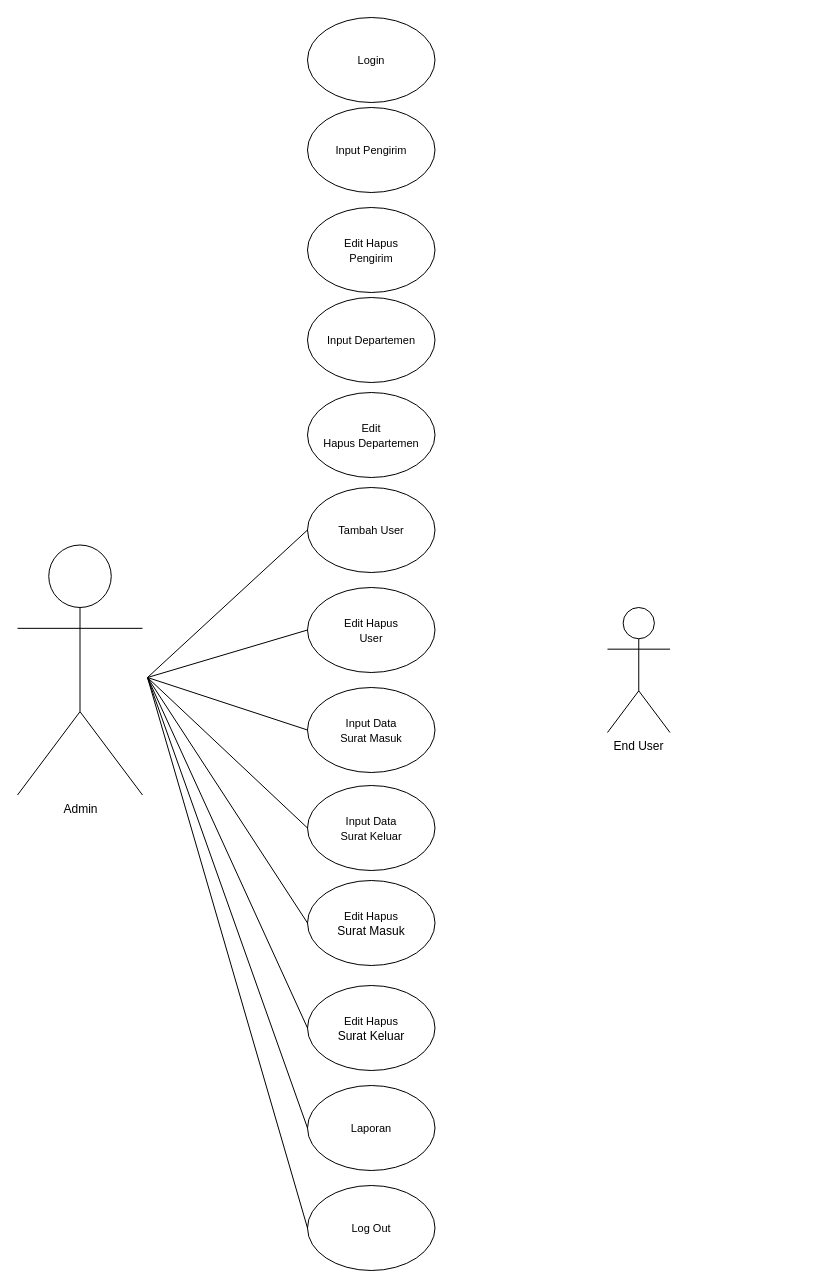
The draw.io diagram Untitled Diagram.drawio in Erickdae06/SKRIPSI, before the edit. Source tidied: cells renumbered, new cells numbered last; positions are measured from the earlier drawing's top-left corner, leaving out a move shared by most shapes. Both pictures are drawn from the tidied source at 100%, with x=0, y=0 at pixel (17, 17).
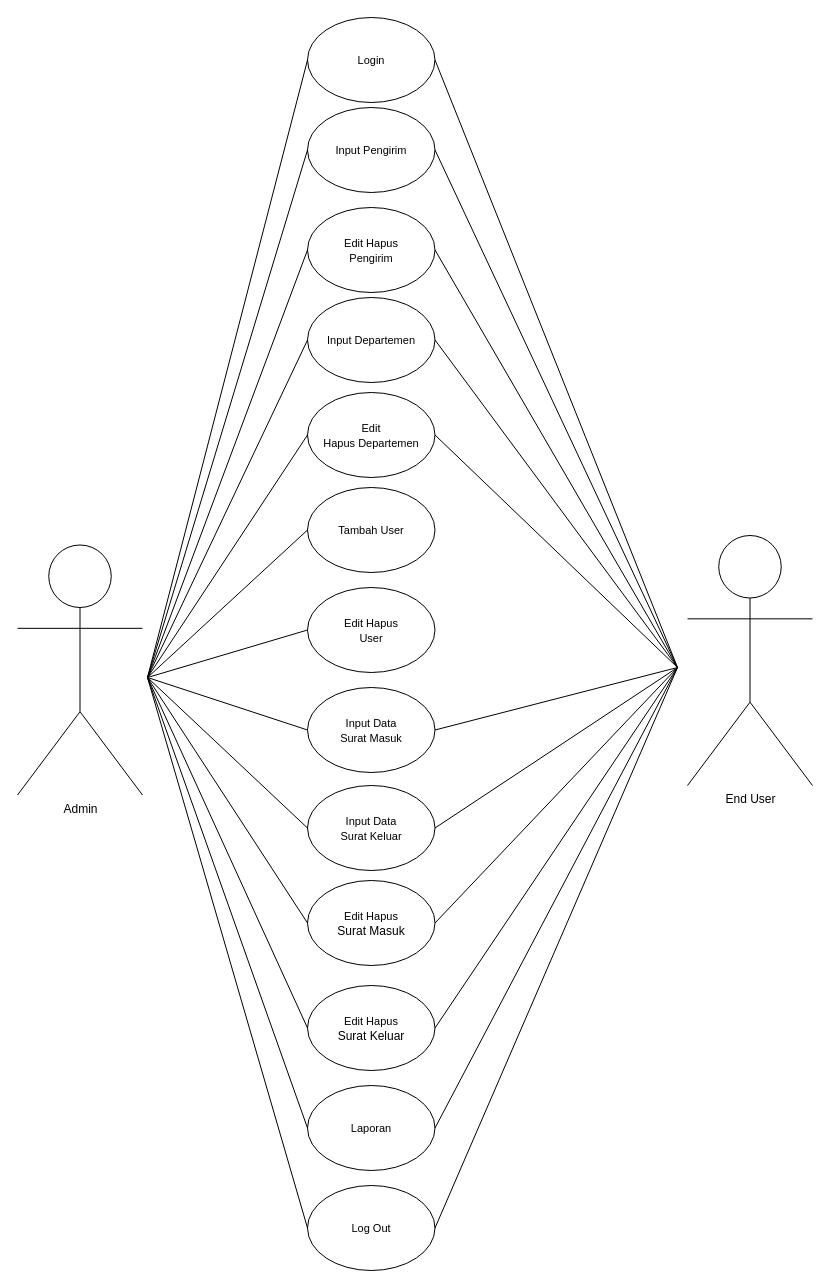
After the change.

The change refers to these unchanged cells:
```xml
<mxCell id="3" value="&lt;font style=&quot;font-size: 11px;&quot;&gt;Input Data &lt;br&gt;Surat Masuk&lt;/font&gt;" style="ellipse;whiteSpace=wrap;html=1;" parent="1" vertex="1">
  <mxGeometry x="290" y="670" width="127.5" height="85" as="geometry" />
</mxCell>
<mxCell id="4" value="&lt;font style=&quot;font-size: 11px;&quot;&gt;Input Data &lt;br&gt;Surat Keluar&lt;/font&gt;" style="ellipse;whiteSpace=wrap;html=1;" parent="1" vertex="1">
  <mxGeometry x="290" y="768" width="127.5" height="85" as="geometry" />
</mxCell>
<mxCell id="5" value="&lt;span style=&quot;font-size: 11px;&quot;&gt;Edit Hapus&lt;br&gt;&lt;/span&gt;Surat Masuk" style="ellipse;whiteSpace=wrap;html=1;" parent="1" vertex="1">
  <mxGeometry x="290" y="863" width="127.5" height="85" as="geometry" />
</mxCell>
<mxCell id="6" value="&lt;span style=&quot;font-size: 11px;&quot;&gt;Edit Hapus&lt;br&gt;&lt;/span&gt;Surat Keluar" style="ellipse;whiteSpace=wrap;html=1;" parent="1" vertex="1">
  <mxGeometry x="290" y="968" width="127.5" height="85" as="geometry" />
</mxCell>
<mxCell id="7" value="&lt;span style=&quot;font-size: 11px;&quot;&gt;Laporan&lt;/span&gt;" style="ellipse;whiteSpace=wrap;html=1;" parent="1" vertex="1">
  <mxGeometry x="290" y="1068" width="127.5" height="85" as="geometry" />
</mxCell>
<mxCell id="8" value="&lt;span style=&quot;font-size: 11px;&quot;&gt;Log Out&lt;/span&gt;" style="ellipse;whiteSpace=wrap;html=1;" parent="1" vertex="1">
  <mxGeometry x="290" y="1168" width="127.5" height="85" as="geometry" />
</mxCell>
<mxCell id="16" value="&lt;span style=&quot;font-size: 11px;&quot;&gt;Login&lt;/span&gt;" style="ellipse;whiteSpace=wrap;html=1;" parent="1" vertex="1">
  <mxGeometry x="290" width="127.5" height="85" as="geometry" />
</mxCell>
<mxCell id="17" value="&lt;span style=&quot;font-size: 11px;&quot;&gt;Input Pengirim&lt;/span&gt;" style="ellipse;whiteSpace=wrap;html=1;" parent="1" vertex="1">
  <mxGeometry x="290" y="90" width="127.5" height="85" as="geometry" />
</mxCell>
<mxCell id="18" value="&lt;span style=&quot;font-size: 11px;&quot;&gt;Edit Hapus &lt;br&gt;Pengirim&lt;/span&gt;" style="ellipse;whiteSpace=wrap;html=1;" parent="1" vertex="1">
  <mxGeometry x="290" y="190" width="127.5" height="85" as="geometry" />
</mxCell>
<mxCell id="19" value="&lt;span style=&quot;font-size: 11px;&quot;&gt;Input Departemen&lt;/span&gt;" style="ellipse;whiteSpace=wrap;html=1;" parent="1" vertex="1">
  <mxGeometry x="290" y="280" width="127.5" height="85" as="geometry" />
</mxCell>
<mxCell id="20" value="&lt;span style=&quot;font-size: 11px;&quot;&gt;Edit &lt;br&gt;Hapus Departemen&lt;/span&gt;" style="ellipse;whiteSpace=wrap;html=1;" parent="1" vertex="1">
  <mxGeometry x="290" y="375" width="127.5" height="85" as="geometry" />
</mxCell>
```

The edit, as a diff of the source:
```diff
@@
-    <mxCell id="15" value="End User" style="shape=umlActor;verticalLabelPosition=bottom;verticalAlign=top;html=1;" parent="1" vertex="1">
-      <mxGeometry x="590" y="590" width="62.5" height="125" as="geometry" />
-    </mxCell>
@@
+    <mxCell id="25" style="endArrow=none;html=1;rounded=0;entryX=0;entryY=0.5;entryDx=0;entryDy=0;" parent="1" edge="1" target="20">
+      <mxGeometry relative="1" as="geometry">
+        <mxPoint x="130" y="660" as="sourcePoint" />
+      </mxGeometry>
+    </mxCell>
+    <mxCell id="26" style="endArrow=none;html=1;rounded=0;entryX=0;entryY=0.5;entryDx=0;entryDy=0;" parent="1" edge="1" target="19">
+      <mxGeometry relative="1" as="geometry">
+        <mxPoint x="130" y="660" as="sourcePoint" />
+      </mxGeometry>
+    </mxCell>
+    <mxCell id="27" style="endArrow=none;html=1;rounded=0;entryX=0;entryY=0.5;entryDx=0;entryDy=0;" parent="1" edge="1" target="18">
+      <mxGeometry relative="1" as="geometry">
+        <mxPoint x="130" y="660" as="sourcePoint" />
+      </mxGeometry>
+    </mxCell>
+    <mxCell id="28" style="endArrow=none;html=1;rounded=0;entryX=0;entryY=0.5;entryDx=0;entryDy=0;" parent="1" edge="1" target="17">
+      <mxGeometry relative="1" as="geometry">
+        <mxPoint x="130" y="660" as="sourcePoint" />
+      </mxGeometry>
+    </mxCell>
+    <mxCell id="29" style="endArrow=none;html=1;rounded=0;entryX=0;entryY=0.5;entryDx=0;entryDy=0;" parent="1" edge="1" target="16">
+      <mxGeometry relative="1" as="geometry">
+        <mxPoint x="130" y="660" as="sourcePoint" />
+      </mxGeometry>
+    </mxCell>
+    <mxCell id="15" value="End User" style="shape=umlActor;verticalLabelPosition=bottom;verticalAlign=top;html=1;" parent="1" vertex="1">
+      <mxGeometry x="670" y="518" width="125" height="250" as="geometry" />
+    </mxCell>
+    <mxCell id="30" style="endArrow=none;html=1;rounded=0;entryX=1;entryY=0.5;entryDx=0;entryDy=0;" parent="1" edge="1" target="16">
+      <mxGeometry relative="1" as="geometry">
+        <mxPoint x="660" y="650" as="sourcePoint" />
+      </mxGeometry>
+    </mxCell>
+    <mxCell id="31" style="endArrow=none;html=1;rounded=0;entryX=1;entryY=0.5;entryDx=0;entryDy=0;" parent="1" edge="1" target="17">
+      <mxGeometry relative="1" as="geometry">
+        <mxPoint x="660" y="650" as="sourcePoint" />
+      </mxGeometry>
+    </mxCell>
+    <mxCell id="32" style="endArrow=none;html=1;rounded=0;entryX=1;entryY=0.5;entryDx=0;entryDy=0;" parent="1" edge="1" target="18">
+      <mxGeometry relative="1" as="geometry">
+        <mxPoint x="660" y="650" as="sourcePoint" />
+      </mxGeometry>
+    </mxCell>
+    <mxCell id="33" style="endArrow=none;html=1;rounded=0;entryX=1;entryY=0.5;entryDx=0;entryDy=0;" parent="1" edge="1" target="19">
+      <mxGeometry relative="1" as="geometry">
+        <mxPoint x="660" y="650" as="sourcePoint" />
+      </mxGeometry>
+    </mxCell>
+    <mxCell id="34" style="endArrow=none;html=1;rounded=0;entryX=1;entryY=0.5;entryDx=0;entryDy=0;" parent="1" edge="1" target="20">
+      <mxGeometry relative="1" as="geometry">
+        <mxPoint x="660" y="650" as="sourcePoint" />
+      </mxGeometry>
+    </mxCell>
+    <mxCell id="35" style="endArrow=none;html=1;rounded=0;entryX=1;entryY=0.5;entryDx=0;entryDy=0;" parent="1" edge="1" target="3">
+      <mxGeometry relative="1" as="geometry">
+        <mxPoint x="660" y="650" as="sourcePoint" />
+      </mxGeometry>
+    </mxCell>
+    <mxCell id="36" style="endArrow=none;html=1;rounded=0;entryX=1;entryY=0.5;entryDx=0;entryDy=0;" parent="1" edge="1" target="4">
+      <mxGeometry relative="1" as="geometry">
+        <mxPoint x="660" y="650" as="sourcePoint" />
+      </mxGeometry>
+    </mxCell>
+    <mxCell id="37" style="endArrow=none;html=1;rounded=0;entryX=1;entryY=0.5;entryDx=0;entryDy=0;" parent="1" edge="1" target="5">
+      <mxGeometry relative="1" as="geometry">
+        <mxPoint x="660" y="650" as="sourcePoint" />
+      </mxGeometry>
+    </mxCell>
+    <mxCell id="38" style="endArrow=none;html=1;rounded=0;entryX=1;entryY=0.5;entryDx=0;entryDy=0;" parent="1" edge="1" target="6">
+      <mxGeometry relative="1" as="geometry">
+        <mxPoint x="660" y="650" as="sourcePoint" />
+      </mxGeometry>
+    </mxCell>
+    <mxCell id="39" style="endArrow=none;html=1;rounded=0;entryX=1;entryY=0.5;entryDx=0;entryDy=0;" parent="1" edge="1" target="7">
+      <mxGeometry relative="1" as="geometry">
+        <mxPoint x="660" y="650" as="sourcePoint" />
+      </mxGeometry>
+    </mxCell>
+    <mxCell id="40" style="endArrow=none;html=1;rounded=0;entryX=1;entryY=0.5;entryDx=0;entryDy=0;" parent="1" edge="1" target="8">
+      <mxGeometry relative="1" as="geometry">
+        <mxPoint x="660" y="650" as="sourcePoint" />
+      </mxGeometry>
+    </mxCell>
```
